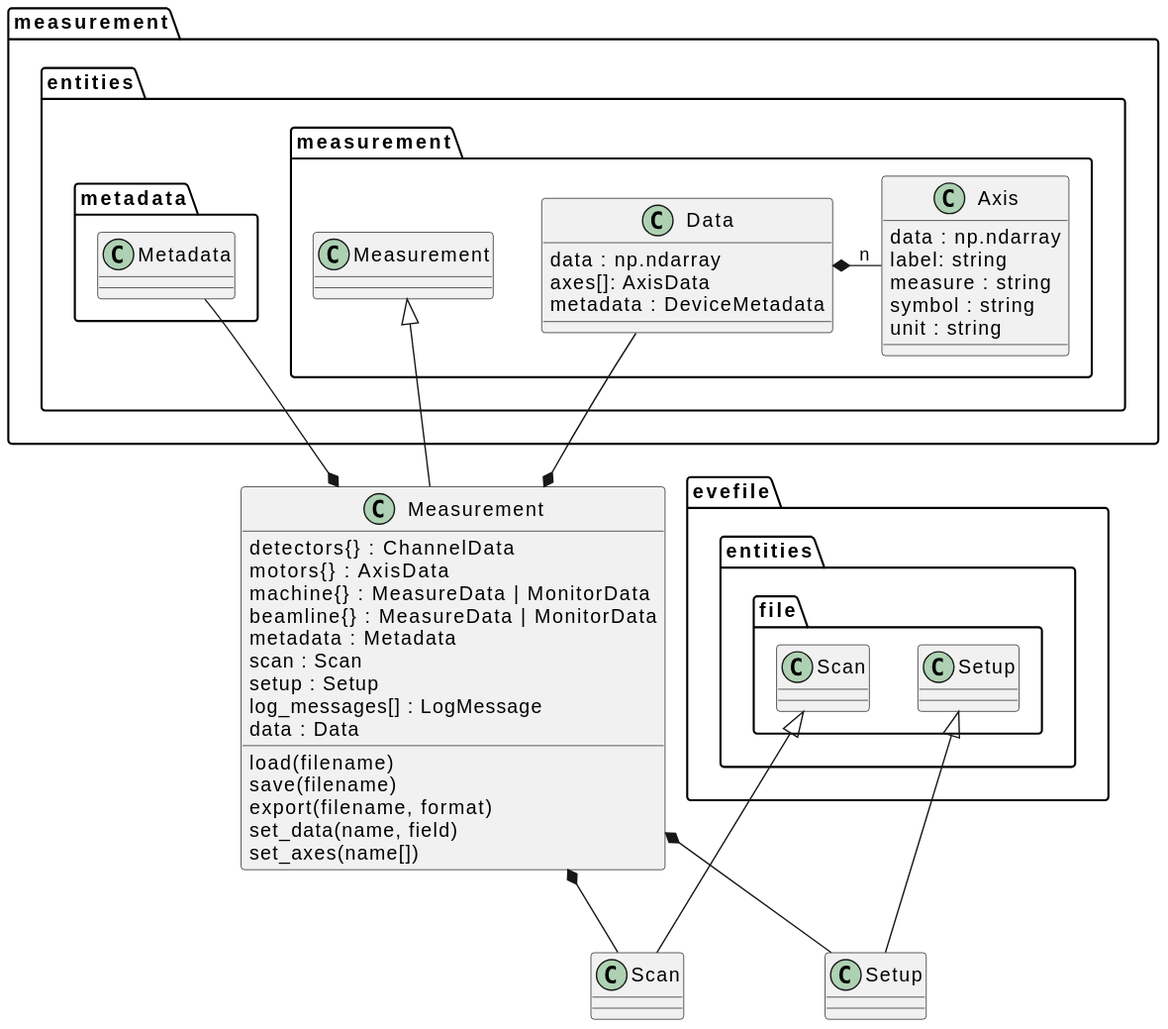
tillbiskup/evedata keeps this PlantUML diagram as docs/uml/evedata.measurement.boundaries.measurement.svg. Above is the earlier version.
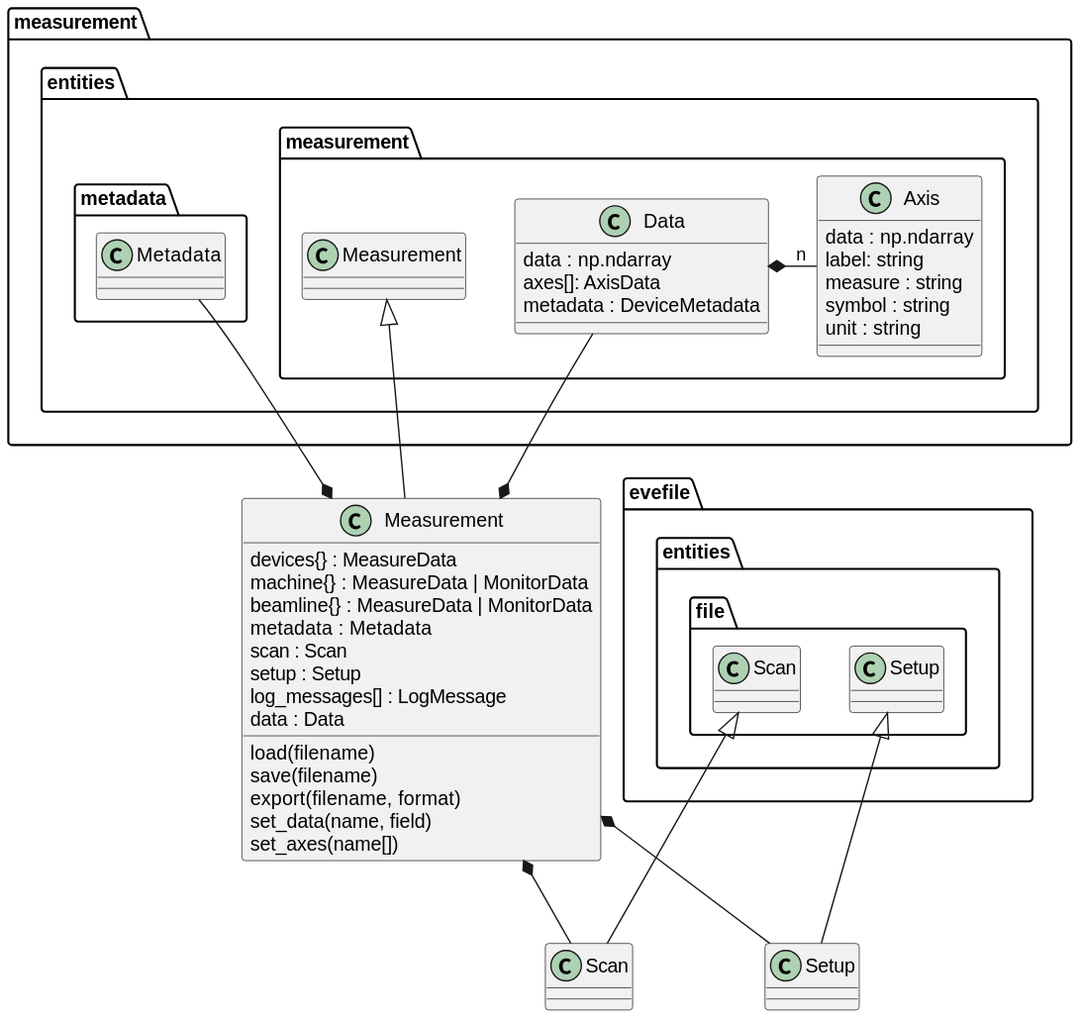
After the commit.

What changed in the source:
```diff
@@ -1,8 +1,7 @@
 @startuml
 
 class Measurement extends measurement.entities.measurement.Measurement {
-    detectors{} : ChannelData
-    motors{} : AxisData
+    devices{} : MeasureData
     machine{} : MeasureData | MonitorData
     beamline{} : MeasureData | MonitorData
     metadata : Metadata
```
